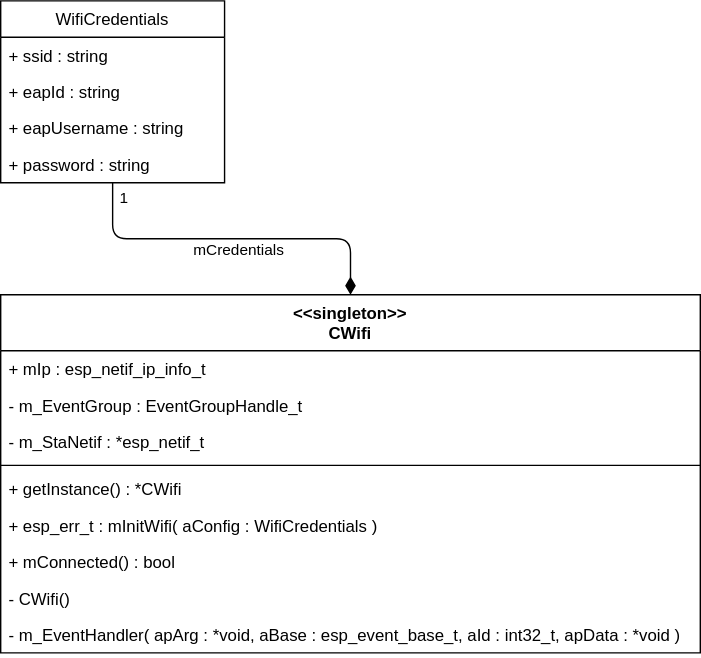
This is uml/wifi-network-stack.drawio.svg from SenseBoxTI/FirmwareDesign, a draw.io export, as it was before one commit. Source tidied: cells renumbered, new cells last; positions are measured from the earlier drawing's top-left corner, leaving out a move shared by most shapes.
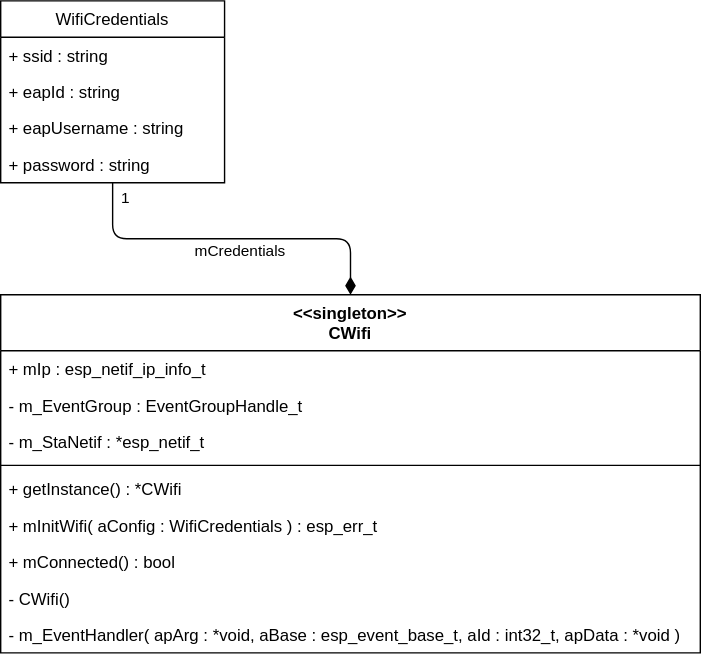
The same diagram one commit later.

Diff of the diagram source:
```diff
@@ -20,7 +20,7 @@
     <mxCell id="7" value="+ getInstance() : *CWifi" style="text;strokeColor=none;fillColor=none;align=left;verticalAlign=top;spacingLeft=4;spacingRight=4;overflow=hidden;" parent="2" vertex="1">
       <mxGeometry y="126" width="500" height="26" as="geometry" />
     </mxCell>
-    <mxCell id="8" value="+ esp_err_t : mInitWifi( aConfig : WifiCredentials )" style="text;strokeColor=none;fillColor=none;align=left;verticalAlign=top;spacingLeft=4;spacingRight=4;overflow=hidden;" parent="2" vertex="1">
+    <mxCell id="8" value="+ mInitWifi( aConfig : WifiCredentials ) : esp_err_t " style="text;strokeColor=none;fillColor=none;align=left;verticalAlign=top;spacingLeft=4;spacingRight=4;overflow=hidden;" parent="2" vertex="1">
       <mxGeometry y="152" width="500" height="26" as="geometry" />
     </mxCell>
     <mxCell id="9" value="+ mConnected() : bool" style="text;strokeColor=none;fillColor=none;align=left;verticalAlign=top;spacingLeft=4;spacingRight=4;overflow=hidden;" parent="2" vertex="1">
```
